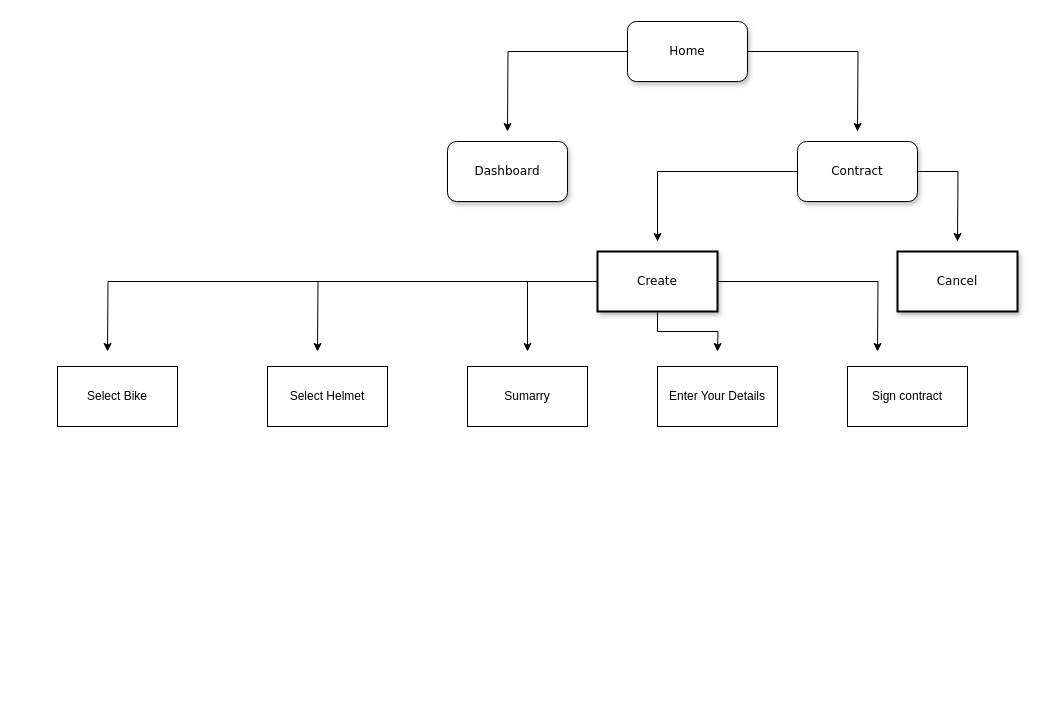
Earlier version of the draw.io diagram Untitled Diagram.drawio (khalefullstack/swagger-ui). Source tidied: cells renumbered, new cells numbered last; positions are measured from the earlier drawing's top-left corner, leaving out a move shared by most shapes. Both pictures are drawn from the tidied source at 100%, with x=0, y=0 at pixel (57, 21).
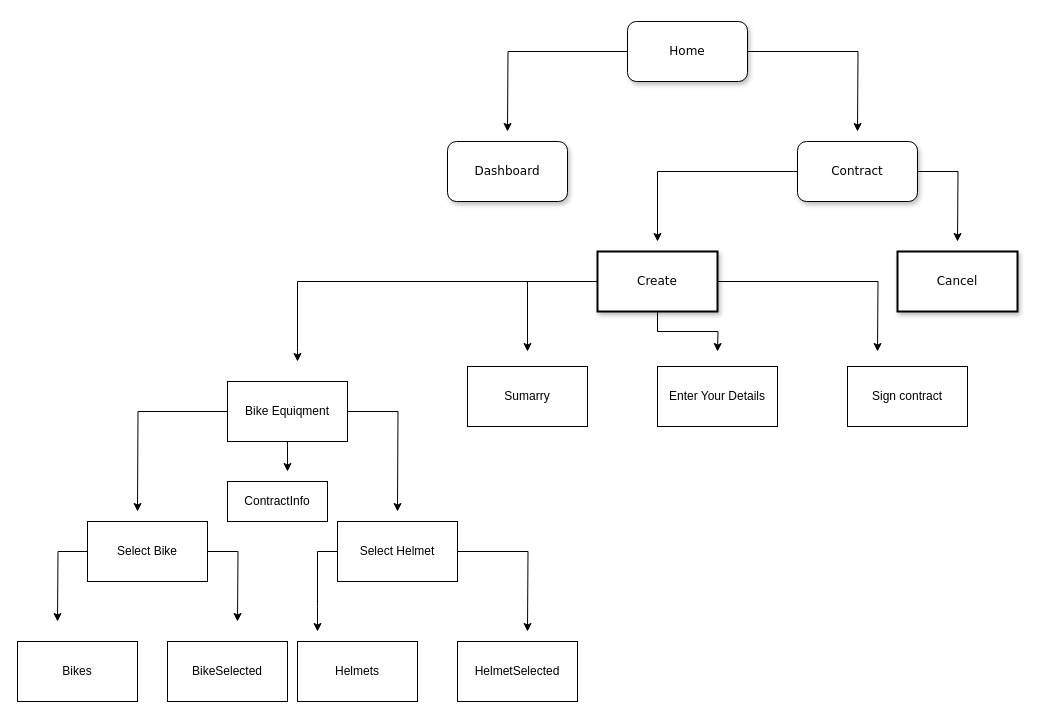
After the change.

Unchanged cells that the change refers to:
```xml
<mxCell id="14" value="&lt;span&gt;Create&lt;/span&gt;" style="whiteSpace=wrap;html=1;rounded=0;shadow=1;labelBackgroundColor=none;strokeWidth=2;fontFamily=Verdana;fontSize=12;align=center;" parent="1" vertex="1">
  <mxGeometry x="540" y="230" width="120" height="60" as="geometry" />
</mxCell>
```

Diff of the diagram source:
```diff
@@
     <mxCell id="11" style="edgeStyle=orthogonalEdgeStyle;rounded=0;jettySize=auto;html=1;" parent="1" edge="1" source="14">
       <mxGeometry relative="1" as="geometry">
-        <mxPoint x="50" y="330" as="targetPoint" />
+        <mxPoint x="240" y="340" as="targetPoint" />
+        <Array as="points">
+          <mxPoint x="240" y="260" />
+          <mxPoint x="240" y="330" />
+        </Array>
       </mxGeometry>
     </mxCell>
-    <mxCell id="12" style="edgeStyle=orthogonalEdgeStyle;rounded=0;jettySize=auto;html=1;exitX=0;exitY=0.5;exitDx=0;exitDy=0;" parent="1" edge="1" source="14">
-      <mxGeometry relative="1" as="geometry">
-        <mxPoint x="260" y="330" as="targetPoint" />
-      </mxGeometry>
-    </mxCell>
@@
+    <mxCell id="21" style="edgeStyle=orthogonalEdgeStyle;rounded=0;jettySize=auto;html=1;exitX=0;exitY=0.5;exitDx=0;exitDy=0;" parent="1" edge="1" source="16">
+      <mxGeometry relative="1" as="geometry">
+        <mxPoint x="80" y="490" as="targetPoint" />
+      </mxGeometry>
+    </mxCell>
+    <mxCell id="22" style="edgeStyle=orthogonalEdgeStyle;rounded=0;jettySize=auto;html=1;exitX=1;exitY=0.5;exitDx=0;exitDy=0;" parent="1" edge="1" source="16">
+      <mxGeometry relative="1" as="geometry">
+        <mxPoint x="340" y="490" as="targetPoint" />
+      </mxGeometry>
+    </mxCell>
+    <mxCell id="23" style="edgeStyle=orthogonalEdgeStyle;rounded=0;jettySize=auto;html=1;exitX=0.5;exitY=1;exitDx=0;exitDy=0;" parent="1" edge="1" source="16">
+      <mxGeometry relative="1" as="geometry">
+        <mxPoint x="230" y="450" as="targetPoint" />
+      </mxGeometry>
+    </mxCell>
-    <mxCell id="16" value="Select Bike" style="rounded=0;whiteSpace=wrap;html=1;" parent="1" vertex="1">
-      <mxGeometry y="345" width="120" height="60" as="geometry" />
+    <mxCell id="16" value="Bike Equiqment" style="rounded=0;whiteSpace=wrap;html=1;" parent="1" vertex="1">
+      <mxGeometry x="170" y="360" width="120" height="60" as="geometry" />
     </mxCell>
+    <mxCell id="24" style="edgeStyle=orthogonalEdgeStyle;rounded=0;jettySize=auto;html=1;exitX=1;exitY=0.5;exitDx=0;exitDy=0;" parent="1" edge="1" source="17">
+      <mxGeometry relative="1" as="geometry">
+        <mxPoint x="470" y="610" as="targetPoint" />
+      </mxGeometry>
+    </mxCell>
+    <mxCell id="25" style="edgeStyle=orthogonalEdgeStyle;rounded=0;jettySize=auto;html=1;exitX=0;exitY=0.5;exitDx=0;exitDy=0;" parent="1" edge="1" source="17">
+      <mxGeometry relative="1" as="geometry">
+        <mxPoint x="260" y="610" as="targetPoint" />
+      </mxGeometry>
+    </mxCell>
     <mxCell id="17" value="Select Helmet" style="rounded=0;whiteSpace=wrap;html=1;" parent="1" vertex="1">
-      <mxGeometry x="210" y="345" width="120" height="60" as="geometry" />
+      <mxGeometry x="280" y="500" width="120" height="60" as="geometry" />
     </mxCell>
@@
+    <mxCell id="26" style="edgeStyle=orthogonalEdgeStyle;rounded=0;jettySize=auto;html=1;exitX=1;exitY=0.5;exitDx=0;exitDy=0;" parent="1" edge="1" source="28">
+      <mxGeometry relative="1" as="geometry">
+        <mxPoint x="180" y="600" as="targetPoint" />
+      </mxGeometry>
+    </mxCell>
+    <mxCell id="27" style="edgeStyle=orthogonalEdgeStyle;rounded=0;jettySize=auto;html=1;exitX=0;exitY=0.5;exitDx=0;exitDy=0;" parent="1" edge="1" source="28">
+      <mxGeometry relative="1" as="geometry">
+        <mxPoint y="600" as="targetPoint" />
+      </mxGeometry>
+    </mxCell>
+    <mxCell id="28" value="Select Bike" style="rounded=0;whiteSpace=wrap;html=1;" parent="1" vertex="1">
+      <mxGeometry x="30" y="500" width="120" height="60" as="geometry" />
+    </mxCell>
+    <mxCell id="29" value="Bikes" style="rounded=0;whiteSpace=wrap;html=1;" parent="1" vertex="1">
+      <mxGeometry x="-40" y="620" width="120" height="60" as="geometry" />
+    </mxCell>
+    <mxCell id="30" value="BikeSelected" style="rounded=0;whiteSpace=wrap;html=1;" parent="1" vertex="1">
+      <mxGeometry x="110" y="620" width="120" height="60" as="geometry" />
+    </mxCell>
+    <mxCell id="31" value="HelmetSelected" style="rounded=0;whiteSpace=wrap;html=1;" parent="1" vertex="1">
+      <mxGeometry x="400" y="620" width="120" height="60" as="geometry" />
+    </mxCell>
+    <mxCell id="32" value="Helmets" style="rounded=0;whiteSpace=wrap;html=1;" parent="1" vertex="1">
+      <mxGeometry x="240" y="620" width="120" height="60" as="geometry" />
+    </mxCell>
+    <mxCell id="33" value="ContractInfo" style="rounded=0;whiteSpace=wrap;html=1;" parent="1" vertex="1">
+      <mxGeometry x="170" y="460" width="100" height="40" as="geometry" />
+    </mxCell>
```
